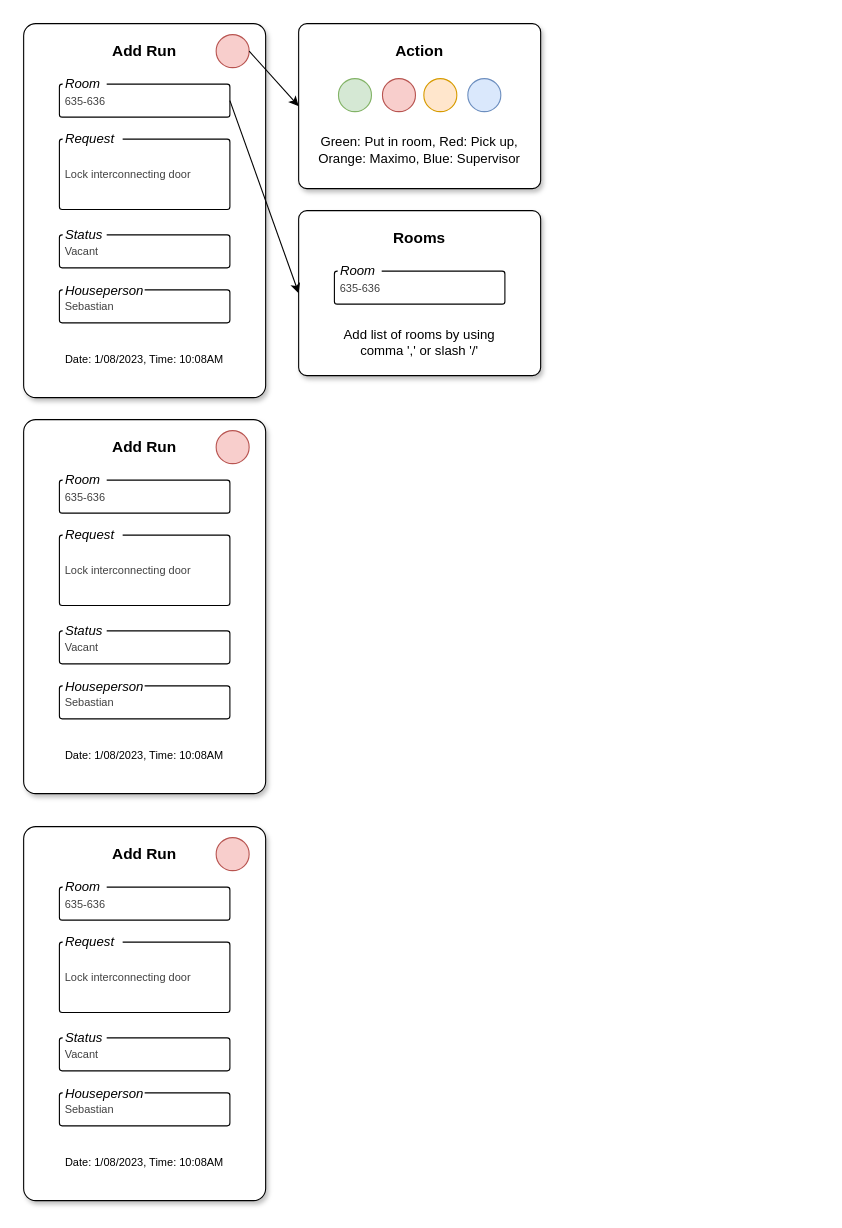
Before: Runs.drawio in ultrazeros/Web-Portfolio, a draw.io diagram. Source tidied: cells renumbered, new cells numbered last; positions are measured from the earlier drawing's top-left corner, leaving out a move shared by most shapes. Both pictures are drawn from the tidied source at 110%, with x=0, y=0 at pixel (23, 23).
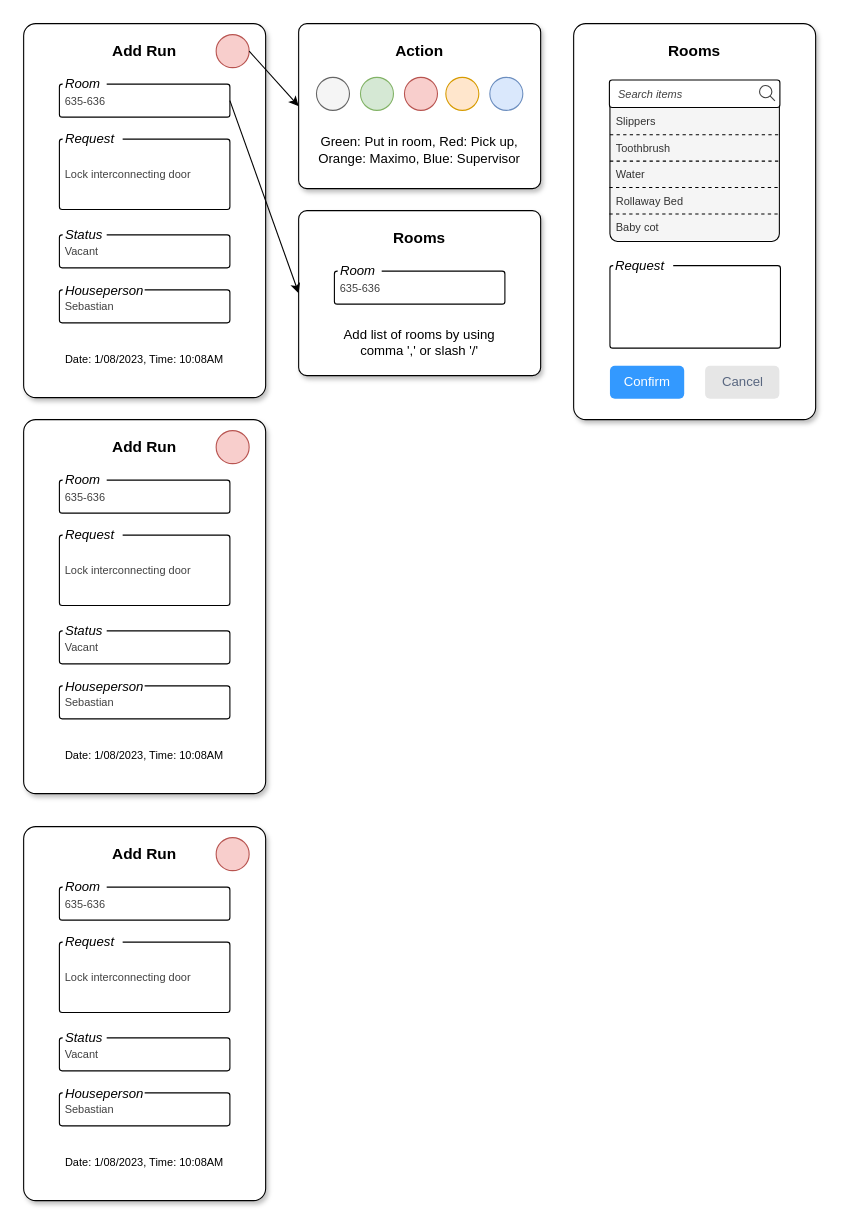
The same diagram, later.

The edit, as a diff of the source:
```diff
@@
     <mxCell id="47" style="ellipse;whiteSpace=wrap;html=1;fillColor=#d5e8d4;strokeColor=#82b366;" parent="1" vertex="1">
-      <mxGeometry x="286.2" y="50" width="30" height="30" as="geometry" />
+      <mxGeometry x="306.2" y="48.8" width="30" height="30" as="geometry" />
     </mxCell>
     <mxCell id="48" style="ellipse;whiteSpace=wrap;html=1;fillColor=#f8cecc;strokeColor=#b85450;" parent="1" vertex="1">
-      <mxGeometry x="326.2" y="50" width="30" height="30" as="geometry" />
+      <mxGeometry x="346.2" y="48.8" width="30" height="30" as="geometry" />
     </mxCell>
     <mxCell id="49" style="ellipse;whiteSpace=wrap;html=1;fillColor=#ffe6cc;strokeColor=#d79b00;" parent="1" vertex="1">
-      <mxGeometry x="363.8" y="50" width="30" height="30" as="geometry" />
+      <mxGeometry x="383.8" y="48.8" width="30" height="30" as="geometry" />
     </mxCell>
     <mxCell id="50" style="ellipse;whiteSpace=wrap;html=1;fillColor=#dae8fc;strokeColor=#6c8ebf;" parent="1" vertex="1">
-      <mxGeometry x="403.8" y="50" width="30" height="30" as="geometry" />
+      <mxGeometry x="423.8" y="48.8" width="30" height="30" as="geometry" />
     </mxCell>
@@
+    <mxCell id="52" style="rounded=1;whiteSpace=wrap;html=1;arcSize=5;glass=0;shadow=1;" parent="1" vertex="1">
+      <mxGeometry x="500" width="220" height="360" as="geometry" />
+    </mxCell>
+    <mxCell id="53" value="&amp;nbsp;Baby cot" style="text;html=1;align=left;verticalAlign=middle;whiteSpace=wrap;rounded=0;fontSize=10;shadow=0;glass=0;fillColor=#f5f5f5;fontColor=#333333;strokeColor=none;" parent="1" vertex="1">
+      <mxGeometry x="534" y="173" width="152" height="24" as="geometry" />
+    </mxCell>
+    <mxCell id="54" value="Rooms" style="text;html=1;strokeColor=none;fillColor=none;align=center;verticalAlign=middle;whiteSpace=wrap;rounded=0;fontStyle=1;fontSize=14;" parent="1" vertex="1">
+      <mxGeometry x="570" y="10" width="80" height="30" as="geometry" />
+    </mxCell>
+    <mxCell id="55" style="rounded=1;whiteSpace=wrap;html=1;arcSize=5;absoluteArcSize=1;align=left;verticalAlign=middle;fontColor=#404040;fontSize=10;" parent="1" vertex="1">
+      <mxGeometry x="533" y="220" width="155" height="75" as="geometry" />
+    </mxCell>
+    <mxCell id="56" style="rounded=1;whiteSpace=wrap;html=1;shadow=0;glass=0;arcSize=5;fillColor=none;" parent="1" vertex="1">
+      <mxGeometry x="533" y="60" width="154" height="138" as="geometry" />
+    </mxCell>
+    <mxCell id="57" value="Request" style="text;html=1;strokeColor=none;fillColor=default;align=left;verticalAlign=middle;whiteSpace=wrap;rounded=0;fontStyle=2;" parent="1" vertex="1">
+      <mxGeometry x="536" y="215" width="54.5" height="10" as="geometry" />
+    </mxCell>
+    <mxCell id="58" style="rounded=1;whiteSpace=wrap;html=1;arcSize=5;absoluteArcSize=1;align=left;verticalAlign=middle;fontColor=#404040;fontSize=10;" parent="1" vertex="1">
+      <mxGeometry x="532.5" y="51.2" width="155" height="25" as="geometry" />
+    </mxCell>
+    <mxCell id="59" value="Search items" style="text;html=1;strokeColor=none;fillColor=none;align=center;verticalAlign=middle;whiteSpace=wrap;rounded=0;fontSize=10;fontColor=#404040;fontStyle=2;" parent="1" vertex="1">
+      <mxGeometry x="530" y="50" width="80" height="27.5" as="geometry" />
+    </mxCell>
+    <mxCell id="60" style="html=1;verticalLabelPosition=bottom;align=center;labelBackgroundColor=#ffffff;verticalAlign=top;strokeWidth=1;strokeColor=#404040;shadow=0;dashed=0;shape=mxgraph.ios7.icons.looking_glass;" parent="1" vertex="1">
+      <mxGeometry x="669" y="56.2" width="14" height="14" as="geometry" />
+    </mxCell>
+    <mxCell id="61" value="Confirm" style="rounded=1;fillColor=#3399FF;strokeColor=none;html=1;whiteSpace=wrap;fontColor=#ffffff;align=center;verticalAlign=middle;fontStyle=0;fontSize=12;sketch=0;" parent="1" vertex="1">
+      <mxGeometry x="533" y="311" width="67.5" height="30" as="geometry" />
+    </mxCell>
+    <mxCell id="62" value="Cancel" style="rounded=1;fillColor=#E6E6E6;strokeColor=none;html=1;whiteSpace=wrap;fontColor=#596780;align=center;verticalAlign=middle;fontStyle=0;fontSize=12;sketch=0;" parent="1" vertex="1">
+      <mxGeometry x="619.5" y="311" width="67.5" height="30" as="geometry" />
+    </mxCell>
+    <mxCell id="63" value="&amp;nbsp;Slippers" style="text;html=1;align=left;verticalAlign=middle;whiteSpace=wrap;rounded=0;fontSize=10;shadow=0;glass=0;fillColor=#f5f5f5;fontColor=#333333;strokeColor=none;dashed=1;dashPattern=12 12;" parent="1" vertex="1">
+      <mxGeometry x="534" y="77" width="152" height="24" as="geometry" />
+    </mxCell>
+    <mxCell id="64" value="&amp;nbsp;Toothbrush" style="text;html=1;align=left;verticalAlign=middle;whiteSpace=wrap;rounded=0;fontSize=10;shadow=0;glass=0;fillColor=#f5f5f5;fontColor=#333333;strokeColor=none;" parent="1" vertex="1">
+      <mxGeometry x="534" y="101" width="152" height="24" as="geometry" />
+    </mxCell>
+    <mxCell id="65" value="&amp;nbsp;Water" style="text;html=1;align=left;verticalAlign=middle;whiteSpace=wrap;rounded=0;fontSize=10;shadow=0;glass=0;fillColor=#f5f5f5;fontColor=#333333;strokeColor=none;" parent="1" vertex="1">
+      <mxGeometry x="534" y="125" width="152" height="24" as="geometry" />
+    </mxCell>
+    <mxCell id="66" value="&amp;nbsp;Rollaway Bed" style="text;html=1;align=left;verticalAlign=middle;whiteSpace=wrap;rounded=0;fontSize=10;shadow=0;glass=0;fillColor=#f5f5f5;fontColor=#333333;strokeColor=none;" parent="1" vertex="1">
+      <mxGeometry x="534" y="149" width="152" height="24" as="geometry" />
+    </mxCell>
+    <mxCell id="67" style="line;strokeWidth=1;html=1;dashed=1;" parent="1" vertex="1">
+      <mxGeometry x="533" y="96" width="154" height="10" as="geometry" />
+    </mxCell>
+    <mxCell id="68" style="line;strokeWidth=1;html=1;dashed=1;" parent="1" vertex="1">
+      <mxGeometry x="533" y="120" width="154" height="10" as="geometry" />
+    </mxCell>
+    <mxCell id="69" style="line;strokeWidth=1;html=1;dashed=1;" parent="1" vertex="1">
+      <mxGeometry x="532.5" y="144" width="154" height="10" as="geometry" />
+    </mxCell>
+    <mxCell id="70" style="line;strokeWidth=1;html=1;dashed=1;" parent="1" vertex="1">
+      <mxGeometry x="532.5" y="168" width="154" height="10" as="geometry" />
+    </mxCell>
+    <mxCell id="71" style="ellipse;whiteSpace=wrap;html=1;fillColor=#f5f5f5;strokeColor=#666666;fontColor=#333333;" parent="1" vertex="1">
+      <mxGeometry x="266.2" y="48.8" width="30" height="30" as="geometry" />
+    </mxCell>
```
